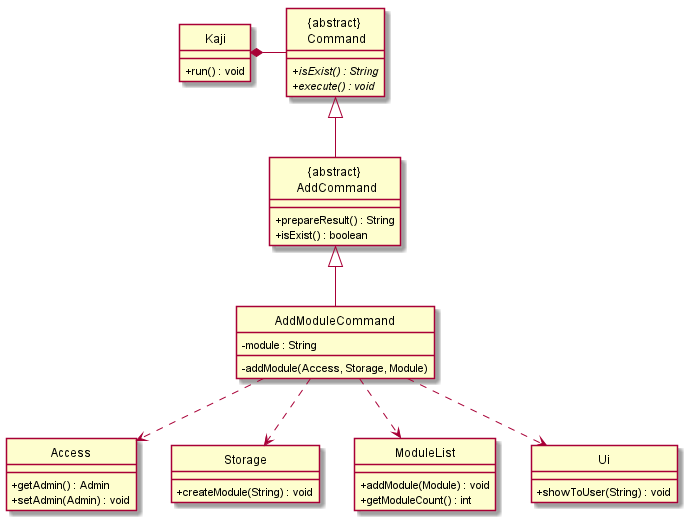
This is docs/UML/AddModuleCommandClass.png from nus-cs2113-AY2021S1/tp, a PlantUML export, as it was before one commit.
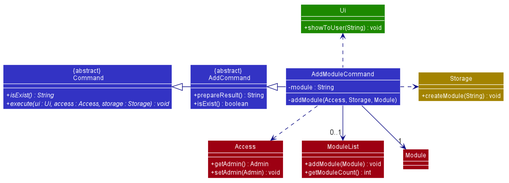
After the commit.

Diff of the diagram source:
```diff
@@ -1,52 +1,102 @@
 @startuml
 
-hide circle
-skinparam classAttributeIconSize 0
 
-class "{abstract} \n AddCommand"{
-  + prepareResult() : String
-  + isExist() : boolean
+
+
+
+
+
+
+skinparam BackgroundColor #FFFFFFF
+
+skinparam Shadowing false
+
+skinparam Class {
+    FontColor #FFFFFF
+    BorderThickness 1
+    BorderColor #FFFFFF
+    StereotypeFontColor #FFFFFF
+    FontName Arial
 }
 
-class "{abstract} \n Command"{
-  + isExist() : String {abstract}
-  + execute() : void {abstract}
+skinparam Actor {
+    BorderColor #000000
+    Color #000000
+    FontName Arial
 }
 
-class "Kaji" {
-    + run() : void
+skinparam Sequence {
+    MessageAlign center
+    BoxFontSize 15
+    BoxPadding 0
+    BoxFontColor #FFFFFF
+    FontName Arial
 }
 
-class "Access" {
+skinparam Participant {
+    FontColor #FFFFFFF
+    Padding 20
+}
+
+skinparam MinClassWidth 50
+skinparam ParticipantPadding 10
+skinparam Shadowing false
+skinparam DefaultTextAlignment center
+skinparam packageStyle Rectangle
+skinparam classAttributeIconSize 0
+skinparam classAttributeFontColor white
+skinparam classAttributeFontSize 12
+
+hide footbox
+hide members
+hide circle
+show member
+skinparam arrowThickness 1.1
+
+class "{abstract} \n AddCommand" as AddCommand #3333C4 {
+    + prepareResult() : String
+    + isExist() : boolean
+}
+
+class "{abstract} \n Command" as Command #3333C4 {
+    + {abstract} isExist() : String
+    + {abstract} execute(ui : Ui, access : Access, storage : Storage) : void
+}
+
+class Access #9D0012 {
     + getAdmin() : Admin
     + setAdmin(Admin) : void
 }
 
-class "Storage" {
+class Storage #A38300 {
     + createModule(String) : void
 }
 
-class "ModuleList" {
+class ModuleList #9D0012 {
     + addModule(Module) : void
     + getModuleCount() : int
 }
 
-class "Ui" {
+class Module #9D0012 {
+}
+
+class Ui #1D8900 {
     + showToUser(String) : void
 }
 
-"{abstract} \n AddCommand" <|-- AddModuleCommand
-AddModuleCommand : - module : String
-AddModuleCommand : - addModule(Access, Storage, Module)
+class AddModuleCommand #3333C4 {
+    - module : String
+    - addModule(Access, Storage, Module)
+}
 
-"{abstract} \n Command" <|-- "{abstract} \n AddCommand"
+AddCommand <|-right[#101086]- AddModuleCommand
+Command <|-right[#101086]- AddCommand
 
-Kaji *- "{abstract} \n Command"
-
-AddModuleCommand ..> Access
-AddModuleCommand ..> Storage
-AddModuleCommand ..> ModuleList
-AddModuleCommand ..> Ui
+AddModuleCommand .down[#101086].> Access
+AddModuleCommand .right[#101086].> Storage
+AddModuleCommand -down[#101086]-> "0..1" ModuleList
+AddModuleCommand .up[#101086].> Ui
+AddModuleCommand -down[#101086]-> "1" Module
 
 
 @enduml
```
